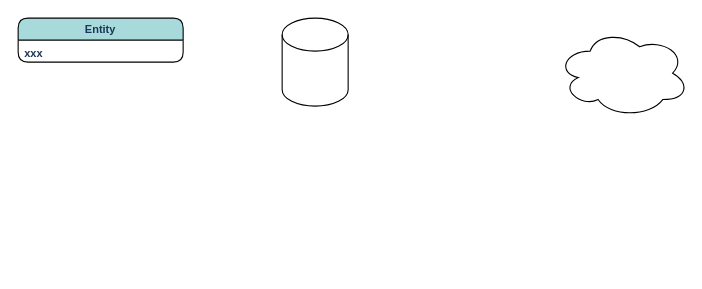
Earlier version of the draw.io diagram 未命名绘图.drawio (JonSnow592622272/drawio-storage). Source tidied: cells renumbered, new cells numbered last; positions are measured from the earlier drawing's top-left corner, leaving out a move shared by most shapes. Both pictures are drawn from the tidied source at 110%, with x=0, y=0 at pixel (18, 18).
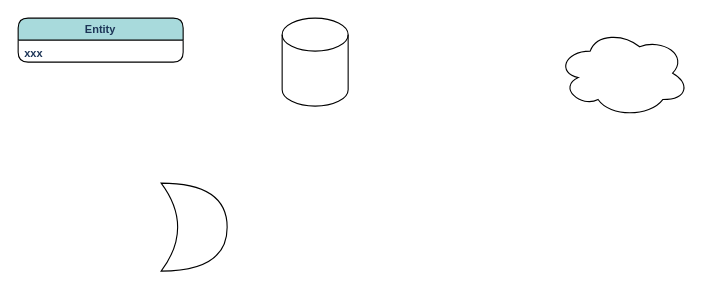
The same page after the edit.

Commit message (it also covers changes not shown here):
更新未命名绘图.drawio

Change to the diagram source:
```diff
@@
 <mxGraphModel>
   <root>
     <mxCell id="0" />
     <mxCell id="1" parent="0" />
     <mxCell id="2" value="Entity" style="swimlane;horizontal=1;startSize=20;fontSize=10;fontStyle=1;strokeWidth=1;shadow=0;dashed=0;align=center;sketch=0;fontColor=#1D3557;fillColor=#A8DADC;swimlaneFillColor=default;rounded=1;glass=0;spacing=2;" parent="1" vertex="1">
       <mxGeometry width="150" height="40" as="geometry" />
     </mxCell>
     <mxCell id="3" value="xxx" style="align=left;strokeColor=none;fillColor=none;spacingLeft=4;fontSize=10;verticalAlign=top;sketch=0;fontColor=#1D3557;rounded=1;fontStyle=1;" parent="2" vertex="1">
       <mxGeometry y="20" width="150" height="20" as="geometry" />
     </mxCell>
     <mxCell id="4" style="shape=cylinder3;whiteSpace=wrap;html=1;boundedLbl=1;backgroundOutline=1;size=15;" parent="1" vertex="1">
       <mxGeometry x="240" width="60" height="80" as="geometry" />
     </mxCell>
     <mxCell id="5" style="ellipse;shape=cloud;whiteSpace=wrap;html=1;" parent="1" vertex="1">
       <mxGeometry x="490" y="10" width="120" height="80" as="geometry" />
     </mxCell>
+    <mxCell id="6" style="shape=xor;whiteSpace=wrap;html=1;" parent="1" vertex="1">
+      <mxGeometry x="130" y="150" width="60" height="80" as="geometry" />
+    </mxCell>
   </root>
 </mxGraphModel>
```
